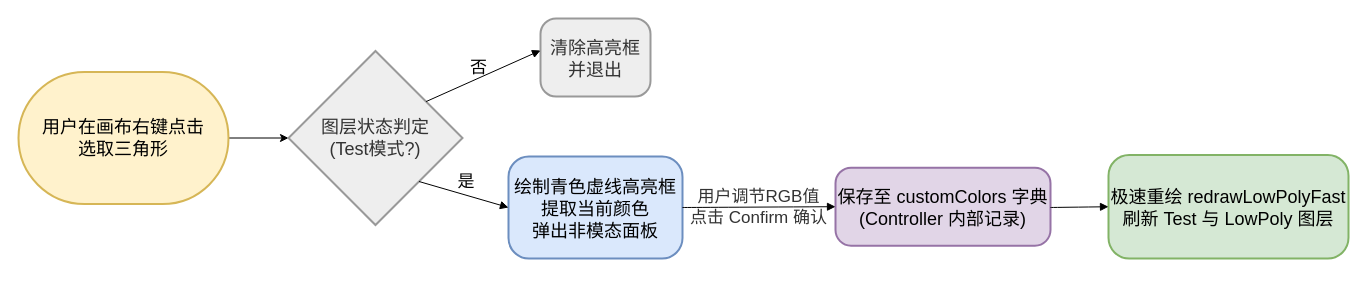
crazyBeliever-He/Mermaid- keeps this draw.io diagram as page "第 7 页" (6 of 10) of dialog工厂.drawio. Above is the earlier version. Source tidied: cells renumbered, new cells numbered last; positions are measured from the earlier drawing's top-left corner, leaving out a move shared by most shapes. Both pictures are drawn from the tidied source at 100%, with x=0, y=0 at pixel (18, 18).
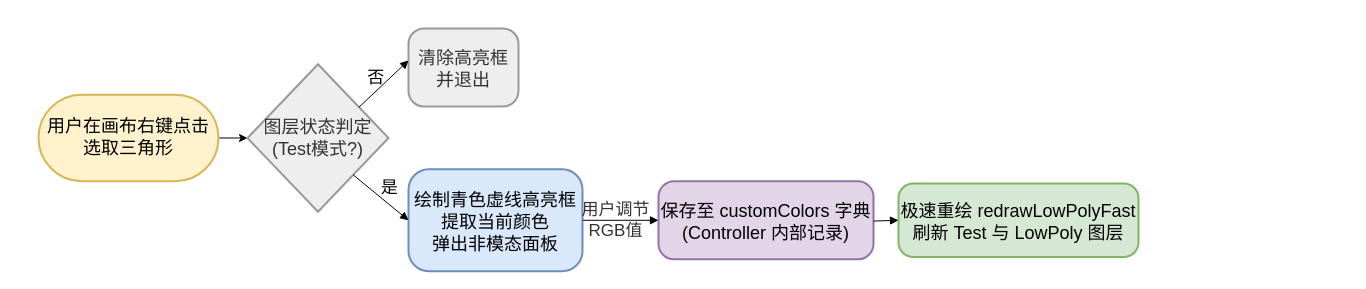
Above is the later version.

The edit, as a diff of the source:
```diff
@@
 <mxGraphModel>
   <root>
     <mxCell id="0" />
     <mxCell id="1" parent="0" />
     <mxCell id="2" style="edgeStyle=orthogonalEdgeStyle;rounded=0;jettySize=auto;html=1;entryX=0;entryY=0.5;entryDx=0;entryDy=0;" parent="1" edge="1" source="3" target="4">
       <mxGeometry relative="1" as="geometry" />
     </mxCell>
     <mxCell id="3" value="用户在画布右键点击&#10;选取三角形" style="rounded=1;whiteSpace=wrap;arcSize=50;strokeWidth=2;fillColor=#fff2cc;strokeColor=#d6b656;fontSize=18;" parent="1" vertex="1">
-      <mxGeometry y="53.5" width="210" height="132" as="geometry" />
+      <mxGeometry x="20" y="76.2" width="180" height="86.5" as="geometry" />
     </mxCell>
     <mxCell id="4" value="图层状态判定&#10;(Test模式?)" style="rhombus;strokeWidth=2;whiteSpace=wrap;fillColor=light-dark(#eeeeee,#1f2020);strokeColor=light-dark(#999999,#cccccc);fontColor=light-dark(#333333,#cccccc);fontSize=18;" parent="1" vertex="1">
-      <mxGeometry x="270" y="32.5" width="174" height="174" as="geometry" />
+      <mxGeometry x="229" y="45.8" width="141" height="147.5" as="geometry" />
     </mxCell>
     <mxCell id="5" value="清除高亮框&#10;并退出" style="rounded=1;arcSize=20;strokeWidth=2;fillColor=light-dark(#eeeeee,#1f2020);strokeColor=light-dark(#999999,#cccccc);fontColor=light-dark(#333333,#cccccc);fontSize=18;" parent="1" vertex="1">
-      <mxGeometry x="522" width="110" height="78" as="geometry" />
+      <mxGeometry x="390" y="10" width="110" height="78" as="geometry" />
     </mxCell>
     <mxCell id="6" value="绘制青色虚线高亮框&#10;提取当前颜色&#10;弹出非模态面板" style="rounded=1;arcSize=20;strokeWidth=2;fillColor=#dae8fc;strokeColor=#6c8ebf;fontSize=18;" parent="1" vertex="1">
-      <mxGeometry x="490" y="138" width="174" height="102" as="geometry" />
+      <mxGeometry x="390" y="150.8" width="174" height="102" as="geometry" />
     </mxCell>
     <mxCell id="7" value="保存至 customColors 字典&#10;(Controller 内部记录)" style="rounded=1;arcSize=20;strokeWidth=2;fillColor=#e1d5e7;strokeColor=#9673a6;fontSize=18;" parent="1" vertex="1">
-      <mxGeometry x="817" y="149.2" width="215" height="78" as="geometry" />
+      <mxGeometry x="640" y="162.8" width="215" height="78" as="geometry" />
     </mxCell>
     <mxCell id="8" value="极速重绘 redrawLowPolyFast&#10;刷新 Test 与 LowPoly 图层" style="rounded=1;arcSize=20;strokeWidth=2;fillColor=#d5e8d4;strokeColor=#82b366;fontSize=18;" parent="1" vertex="1">
-      <mxGeometry x="1090" y="136.5" width="240" height="103.5" as="geometry" />
+      <mxGeometry x="880" y="165" width="240" height="73.5" as="geometry" />
     </mxCell>
     <mxCell id="9" value="否" style="startArrow=none;endArrow=block;exitX=1;exitY=0.14;entryX=0;entryY=0.41;rounded=0;labelBackgroundColor=none;fontSize=17;" parent="1" edge="1" source="4" target="5">
       <mxGeometry x="0.01" y="11" relative="1" as="geometry" />
     </mxCell>
     <mxCell id="10" value="是" style="startArrow=none;endArrow=block;exitX=1;exitY=1;entryX=0;entryY=0.5;rounded=0;exitDx=0;exitDy=0;labelBackgroundColor=none;fontSize=17;entryDx=0;entryDy=0;" parent="1" edge="1" source="4" target="6">
       <mxGeometry x="-0.03" y="15" relative="1" as="geometry" />
     </mxCell>
     <mxCell id="11" style="curved=1;startArrow=none;endArrow=block;exitX=1;exitY=0.5;entryX=0;entryY=0.5;rounded=0;entryDx=0;entryDy=0;exitDx=0;exitDy=0;" parent="1" edge="1" source="6" target="7">
       <mxGeometry relative="1" as="geometry" />
     </mxCell>
-    <mxCell id="12" value="&lt;span style=&quot;color: rgb(51, 51, 51);&quot;&gt;用户调节RGB值&lt;/span&gt;&lt;br style=&quot;padding: 0px; margin: 0px; color: rgb(51, 51, 51);&quot;&gt;&lt;span style=&quot;color: rgb(51, 51, 51);&quot;&gt;点击 Confirm 确认&lt;/span&gt;" style="edgeLabel;html=1;align=center;verticalAlign=middle;labelBackgroundColor=none;fontSize=17;" parent="11" vertex="1">
+    <mxCell id="12" value="&lt;span style=&quot;color: rgb(51, 51, 51);&quot;&gt;用户调节&lt;/span&gt;&lt;div&gt;&lt;span style=&quot;color: rgb(51, 51, 51);&quot;&gt;RGB值&lt;/span&gt;&lt;br&gt;&lt;/div&gt;" style="edgeLabel;html=1;align=center;verticalAlign=middle;labelBackgroundColor=none;fontSize=17;" parent="11" vertex="1">
       <mxGeometry x="-0.15" y="-1" relative="1" as="geometry">
-        <mxPoint x="10" y="-1" as="offset" />
+        <mxPoint y="-1" as="offset" />
       </mxGeometry>
     </mxCell>
     <mxCell id="13" style="curved=1;startArrow=none;endArrow=block;exitX=1;exitY=0.51;entryX=0;entryY=0.5;rounded=0;" parent="1" edge="1" source="7" target="8">
       <mxGeometry relative="1" as="geometry" />
     </mxCell>
   </root>
 </mxGraphModel>
```
